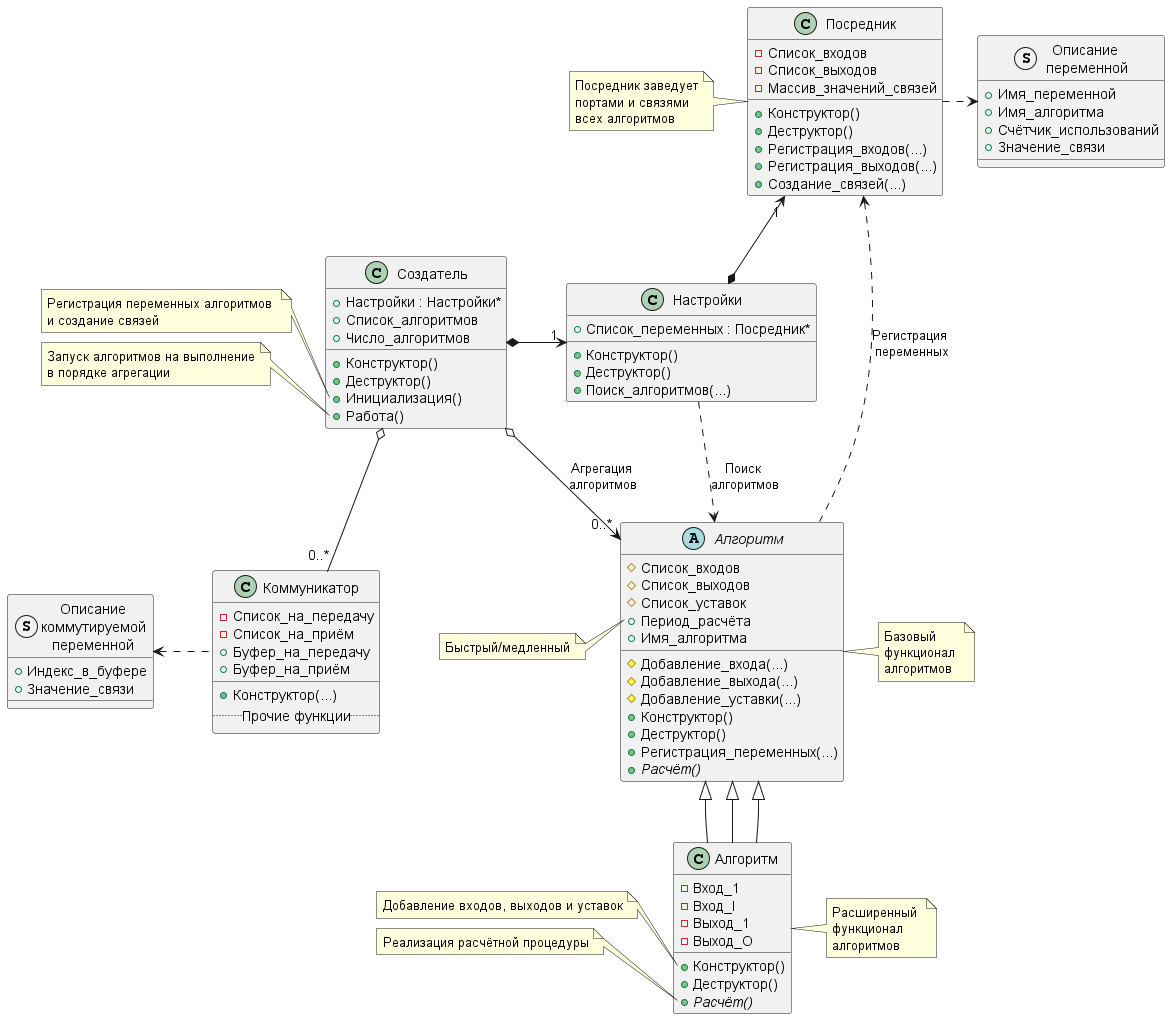
The PlantUML diagram _documentation/plantuml/simple_plus.png in Di0nisP/SR_ctl-remake, before a commit.
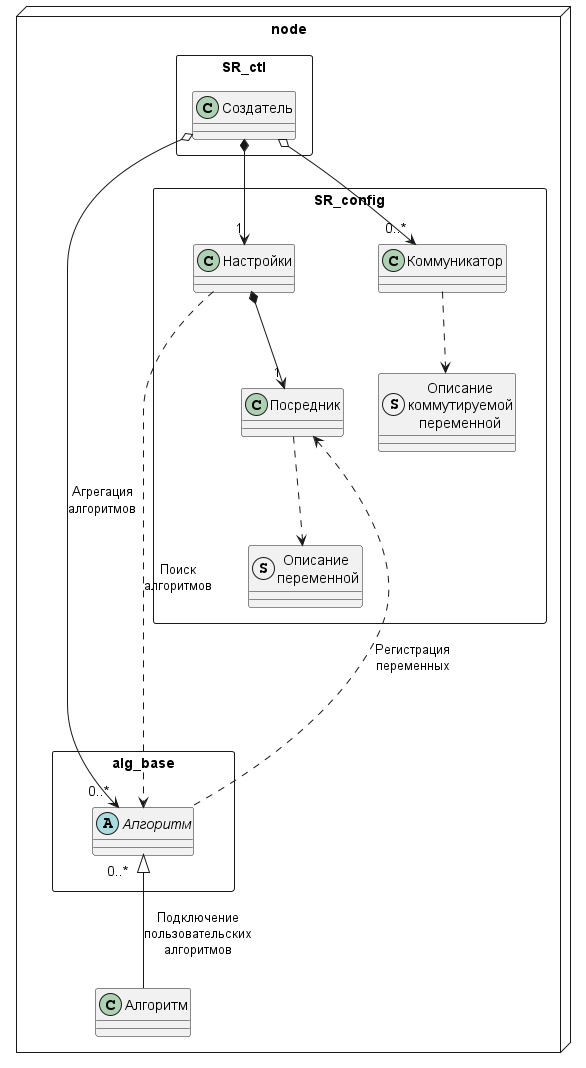
Later version of the same file.

Diff of the diagram source:
```diff
@@ -1,113 +1,59 @@
 @startuml simple_plus
 skinparam groupInheritance 4
 
-struct "Описание\nкоммутируемой\nпеременной" as link_var_discriptor {
-    +Индекс_в_буфере
-    +Значение_связи
+package node <<Node>> $node {
+    package SR_config <<Rectangle>> $SR_config {
+        struct "Описание\nкоммутируемой\nпеременной" as link_var_discriptor {
+
+        }
+
+        class "Коммуникатор" as Link_MPI $Link_MPI {
+
+        }
+
+        struct "Описание \nпеременной" as SR_var_descriptor $SR_var_descriptor {
+
+        }
+
+        class "Посредник" as SR_var_list {
+
+        }
+
+        class "Настройки" as SR_Settings $SR_Settings {
+
+        }
+    }
+
+    package alg_base <<Rectangle>> $alg_base {
+        abstract "Алгоритм" as SR_calc_proc $SR_calc_proc {
+
+        }
+    }
+
+    package SR_ctl <<Rectangle>> $SR_ctl {
+        class "Создатель" as SR_ctl_type $SR_ctl_type {
+
+        }
+    }
+
+    class "Алгоритм" as SR_auto_ctl $SR_auto_ctl {
+
+    }
 }
 
-class "Коммуникатор" as Link_MPI {
-    -Список_на_передачу
-    -Список_на_приём
-    +Буфер_на_передачу
-    +Буфер_на_приём
-    __
-    +Конструктор(...)
-    .. Прочие функции ..
-}
+SR_ctl_type o--> "0..*" Link_MPI
+SR_ctl_type *--> "1" SR_Settings
+SR_ctl_type o-r-> "0..*" SR_calc_proc : Агрегация\nалгоритмов
 
-struct "Описание \nпеременной" as SR_var_descriptor {
-    +Имя_переменной
-    +Имя_алгоритма
-    +Счётчик_использований
-    +Значение_связи
-}
+Link_MPI ..> link_var_discriptor
 
-class "Посредник" as SR_var_list {
-    -Список_входов
-    -Список_выходов
-    -Массив_значений_связей
-    +Конструктор()
-    +Деструктор()
-    +Регистрация_входов(...)
-    +Регистрация_выходов(...)
-    +Создание_связей(...)
-}
-note left of SR_var_list : Посредник заведует\nпортами и связями\nвсех алгоритмов
+SR_var_list ..> SR_var_descriptor
 
-class "Настройки" as SR_Settings {
-    +Список_переменных : Посредник*
-    +Конструктор()
-    +Деструктор()
-    +Поиск_алгоритмов(...)
-}
+SR_Settings *--> "1" SR_var_list
+SR_Settings .....> SR_calc_proc : Поиск\nалгоритмов
 
-abstract "Алгоритм" as SR_calc_proc {
-    #Список_входов
-    #Список_выходов
-    #Список_уставок
-    +Период_расчёта
-    +Имя_алгоритма
-    #Добавление_входа(...)
-    #Добавление_выхода(...)
-    #Добавление_уставки(...)
-    +Конструктор()
-    +Деструктор()
-    +Регистрация_переменных(...)
-    +{abstract}Расчёт()
-}
-note right of SR_calc_proc : Базовый \nфункционал \nалгоритмов
-note left of SR_calc_proc::Период_расчёта
-    Быстрый/медленный
-end note
+SR_var_list <.. SR_calc_proc : Регистрация\nпеременных
 
-class "Алгоритм" as SR_auto_ctl {
-    -Вход_1
-    -Вход_I
-    -Выход_1
-    -Выход_O
-    +Конструктор()
-    +Деструктор()
-    +{abstract}Расчёт()
-}
-note left of SR_auto_ctl::Конструктор()
-    Добавление входов, выходов и уставок
-end note
-note left of SR_auto_ctl::Расчёт()
-    Реализация расчётной процедуры
-end note
-note right of SR_auto_ctl : Расширенный \nфункционал \nалгоритмов
-
-class "Создатель" as SR_ctl_type {
-    +Настройки : Настройки*
-    +Список_алгоритмов
-    +Число_алгоритмов
-    +Конструктор()
-    +Деструктор()
-    +Инициализация()
-    +Работа()
-}
-note left of SR_ctl_type::Инициализация()
-    Регистрация переменных алгоритмов
-    и создание связей
-end note
-note left of SR_ctl_type::Работа()
-    Запуск алгоритмов на выполнение
-    в порядке агрегации
-end note
-
-SR_ctl_type o-down- "0..*" Link_MPI
-Link_MPI .left.> link_var_discriptor
-
-SR_var_list .right.> SR_var_descriptor
-SR_ctl_type *-right-> "1" SR_Settings
-SR_Settings *-up-> "1" SR_var_list
-SR_Settings ..> SR_calc_proc : Поиск \nалгоритмов
-SR_ctl_type o--> "0..*" SR_calc_proc : Агрегация \nалгоритмов
-SR_var_list <.. SR_calc_proc : Регистрация \nпеременных
-
-SR_calc_proc <|-- SR_auto_ctl
-SR_calc_proc <|-- SR_auto_ctl
-SR_calc_proc <|-- SR_auto_ctl
+SR_calc_proc "0..*" <|-- SR_auto_ctl : Подключение\nпользовательских\nалгоритмов
 
 @enduml
```
